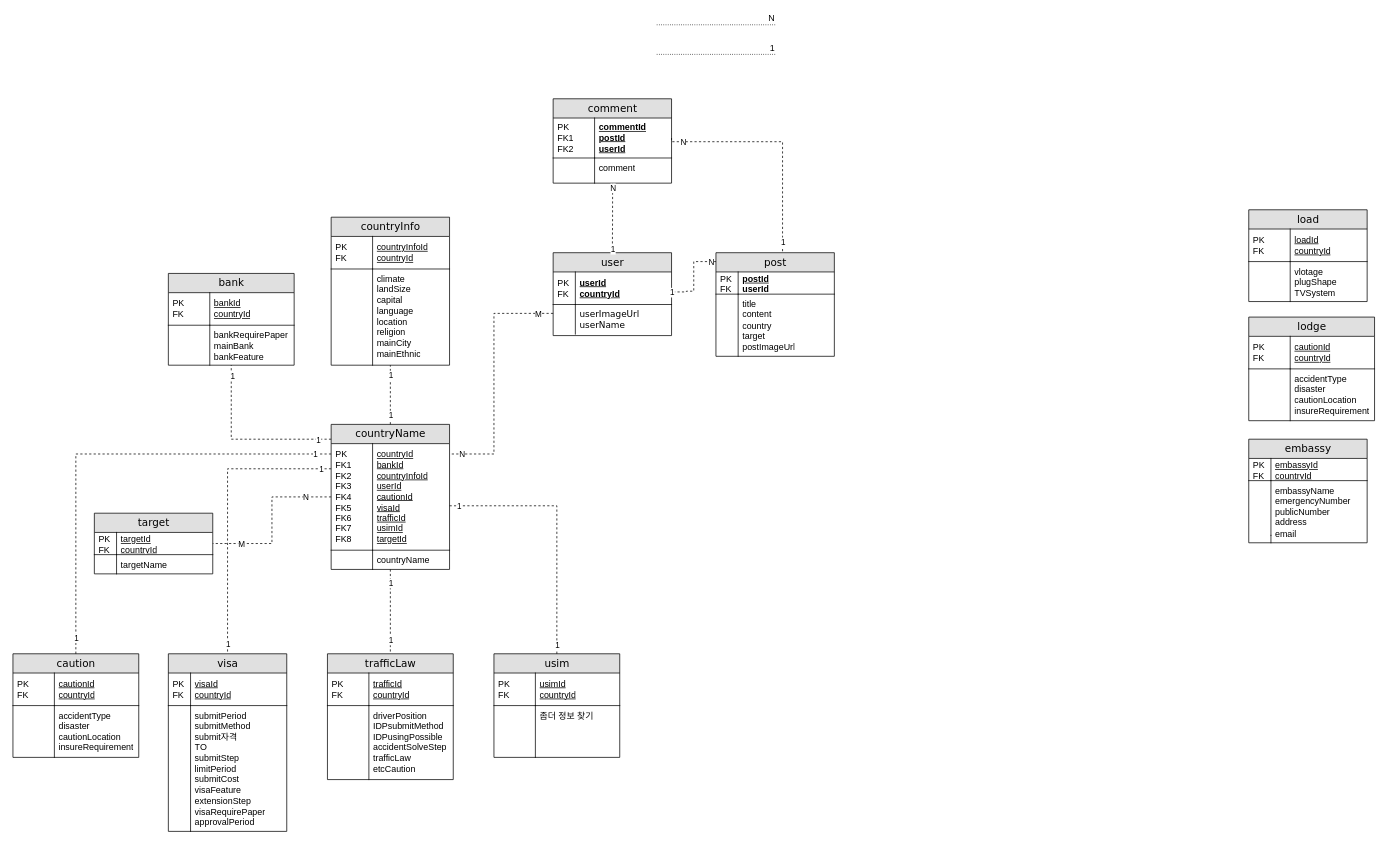
Earlier version of the draw.io diagram ERD.drawio (qwe1234k/finalProjectERD). Source tidied: cells renumbered, new cells numbered last; positions are measured from the earlier drawing's top-left corner, leaving out a move shared by most shapes. Both pictures are drawn from the tidied source at 74%, with x=0, y=0 at pixel (13, 24).
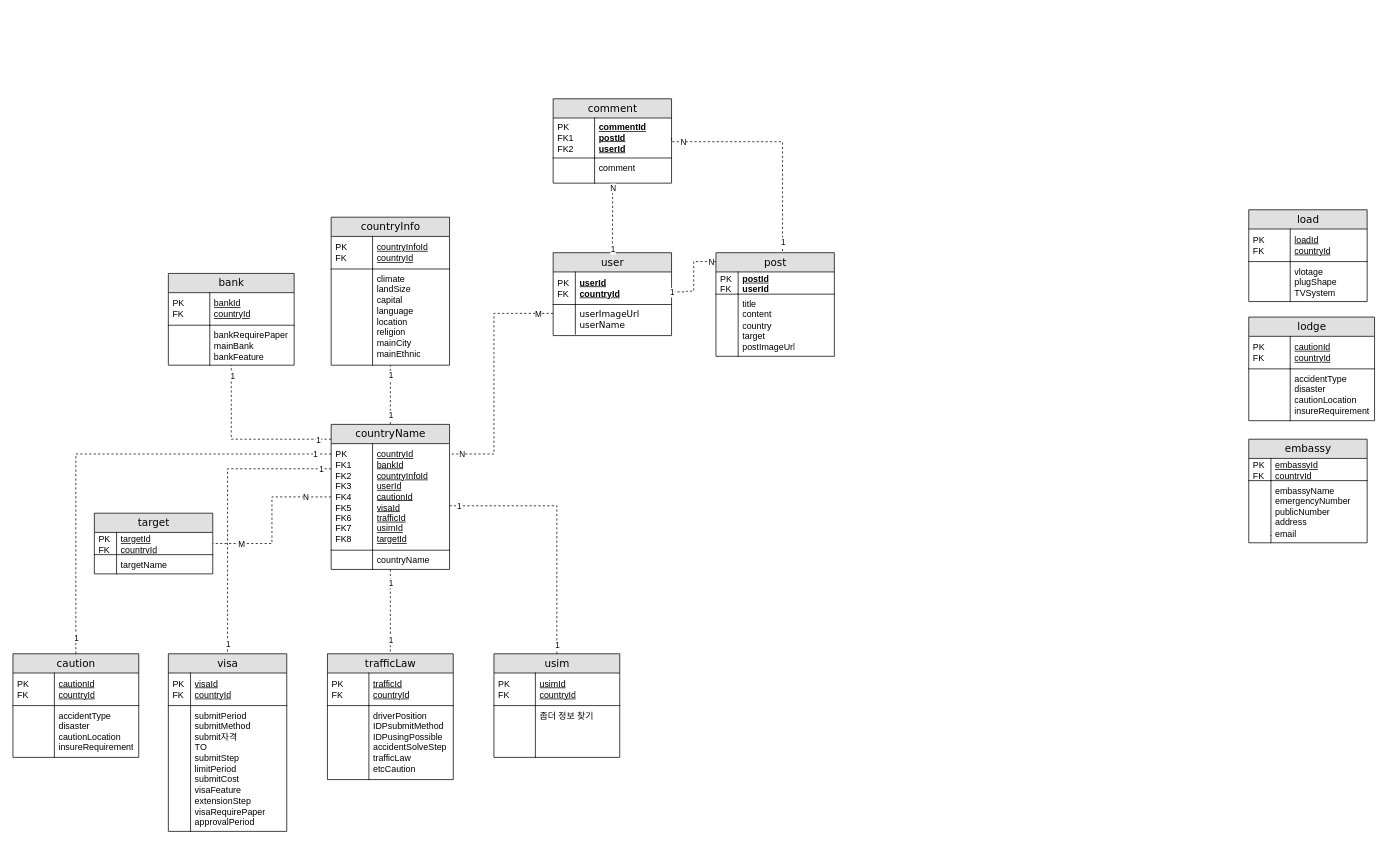
The same diagram, later.

Diff of the diagram source:
```diff
@@
-    <mxCell id="39" style="endArrow=none;html=1;rounded=0;dashed=1;dashPattern=1 2;" parent="1" edge="1">
-      <mxGeometry relative="1" as="geometry">
-        <mxPoint x="870" y="40" as="sourcePoint" />
-        <mxPoint x="1030" y="40" as="targetPoint" />
-      </mxGeometry>
-    </mxCell>
-    <mxCell id="40" value="1" style="html=1;align=right;verticalAlign=bottom;" parent="39" vertex="1">
-      <mxGeometry x="1" relative="1" as="geometry" />
-    </mxCell>
-    <mxCell id="41" style="endArrow=none;html=1;rounded=0;dashed=1;dashPattern=1 2;" parent="1" edge="1">
-      <mxGeometry relative="1" as="geometry">
-        <mxPoint x="870" as="sourcePoint" />
-        <mxPoint x="1030" as="targetPoint" />
-      </mxGeometry>
-    </mxCell>
-    <mxCell id="42" value="N" style="html=1;align=right;verticalAlign=bottom;" parent="41" vertex="1">
-      <mxGeometry x="1" relative="1" as="geometry" />
-    </mxCell>
```
